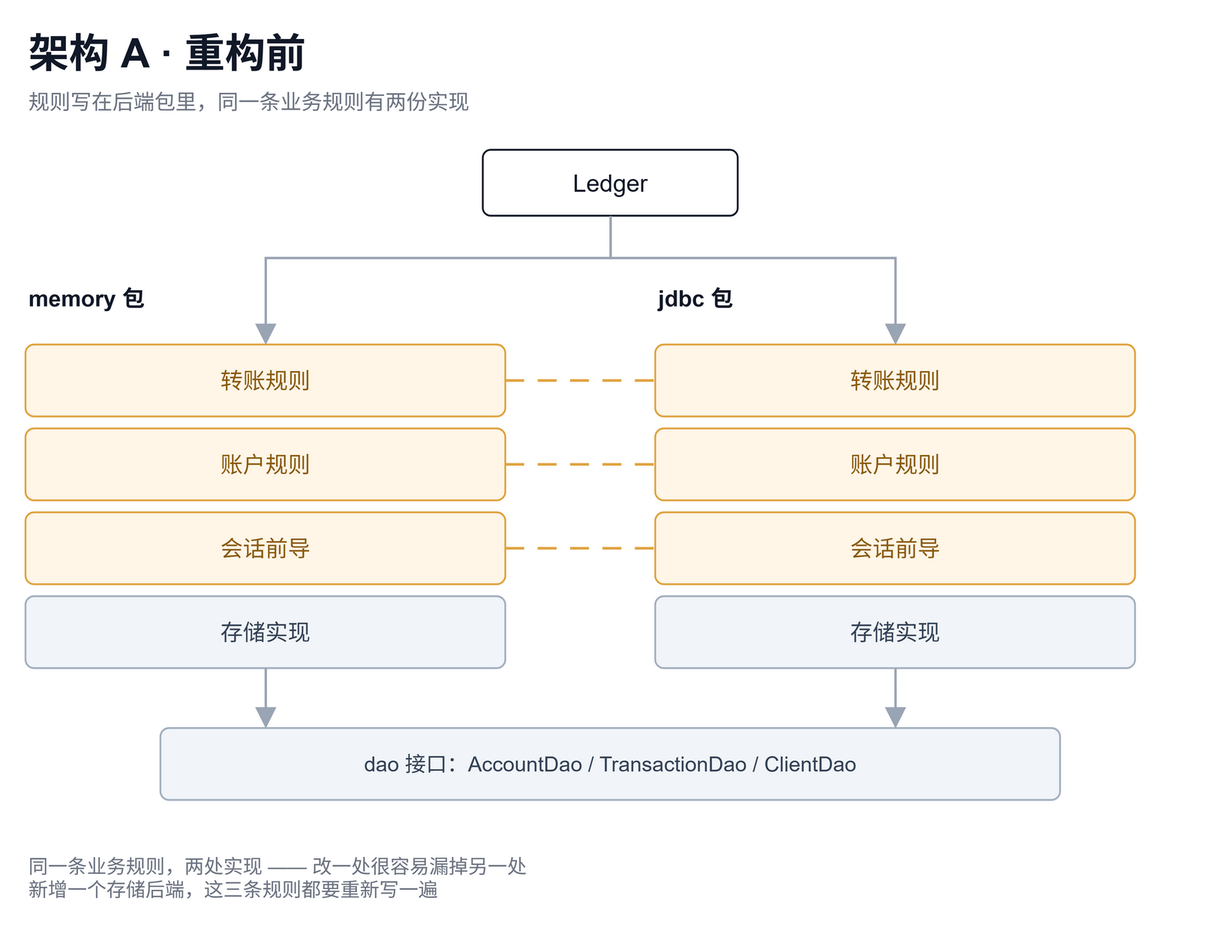
Before: docs/figures/architecture-a.drawio.png, a diagram exported from draw.io (TheaDust/modi-agent). Source tidied: cells renumbered, new cells last; positions are measured from the earlier drawing's top-left corner, leaving out a move shared by most shapes.
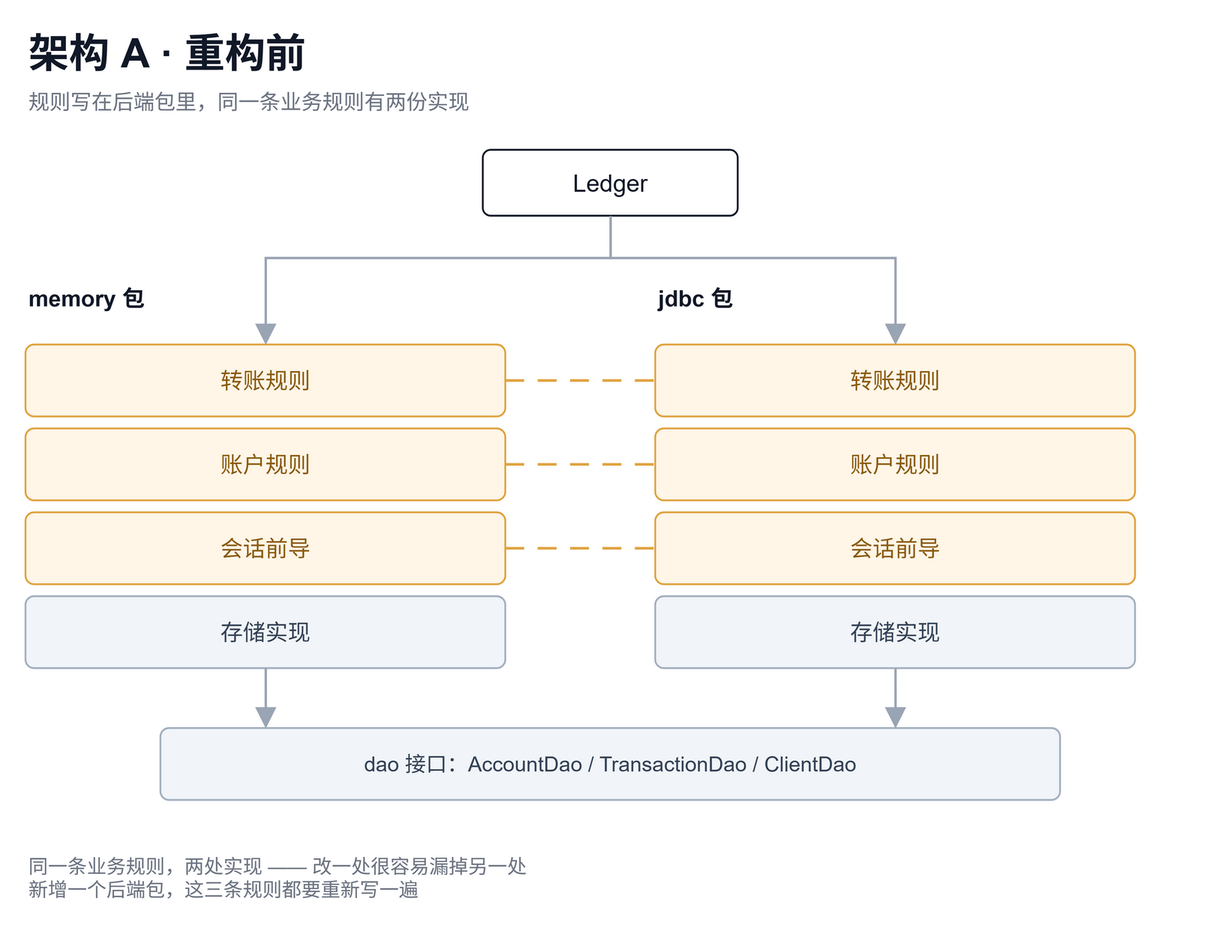
After the commit.

Diff of the diagram source:
```diff
@@ -75,7 +75,7 @@
     <mxCell id="22" style="edgeStyle=orthogonalEdgeStyle;rounded=0;html=1;strokeColor=#9AA5B4;strokeWidth=1.6;endArrow=block;endFill=1;endSize=10;exitX=0.5;exitY=1;exitDx=0;exitDy=0;entryX=0.8167;entryY=0;entryDx=0;entryDy=0;" parent="1" edge="1" source="14" target="20">
       <mxGeometry relative="1" as="geometry" />
     </mxCell>
-    <mxCell id="23" value="同一条业务规则，两处实现 —— 改一处很容易漏掉另一处&#10;新增一个存储后端，这三条规则都要重新写一遍" style="text;html=1;whiteSpace=wrap;align=left;verticalAlign=middle;fontSize=13;fontColor=#6B7280;" parent="1" vertex="1">
+    <mxCell id="23" value="同一条业务规则，两处实现 —— 改一处很容易漏掉另一处&#10;新增一个后端包，这三条规则都要重新写一遍" style="text;html=1;whiteSpace=wrap;align=left;verticalAlign=middle;fontSize=13;fontColor=#6B7280;" parent="1" vertex="1">
       <mxGeometry y="546" width="780" height="48" as="geometry" />
     </mxCell>
   </root>
```
